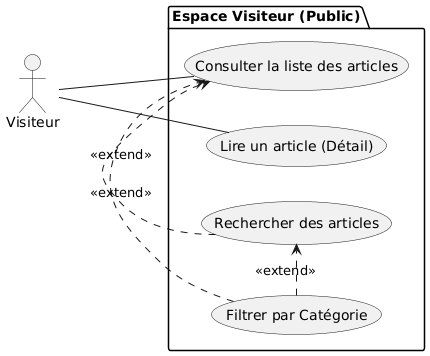
Before: Slide/images/public-visiteur-usecase.png, a diagram exported from PlantUML (AZIZ-Soufiane/Blog-Solicode-Documentation). Its diagram source:
```plantuml
@startuml
left to right direction

actor "Visiteur" as Guest

package "Espace Visiteur (Public)" {

  usecase "Consulter la liste des articles" as UC_List
  usecase "Lire un article (Détail)" as UC_Read
  usecase "Rechercher des articles" as UC_Search
  usecase "Filtrer par Catégorie" as UC_Filter
}

Guest -- UC_List
Guest -- UC_Read

UC_Search .> UC_List : <<extend>>
UC_Filter .> UC_List : <<extend>>
UC_Filter .> UC_Search : <<extend>>
@enduml
```
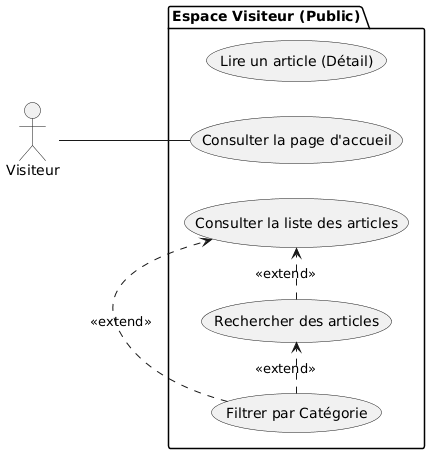
After the change.

What changed in the source:
```diff
@@ -5,14 +5,15 @@
 
 package "Espace Visiteur (Public)" {
 
+  usecase "Consulter la page d'accueil" as UC_Home
   usecase "Consulter la liste des articles" as UC_List
   usecase "Lire un article (Détail)" as UC_Read
   usecase "Rechercher des articles" as UC_Search
   usecase "Filtrer par Catégorie" as UC_Filter
 }
 
-Guest -- UC_List
-Guest -- UC_Read
+Guest -- UC_Home
+
 
 UC_Search .> UC_List : <<extend>>
 UC_Filter .> UC_List : <<extend>>
```
